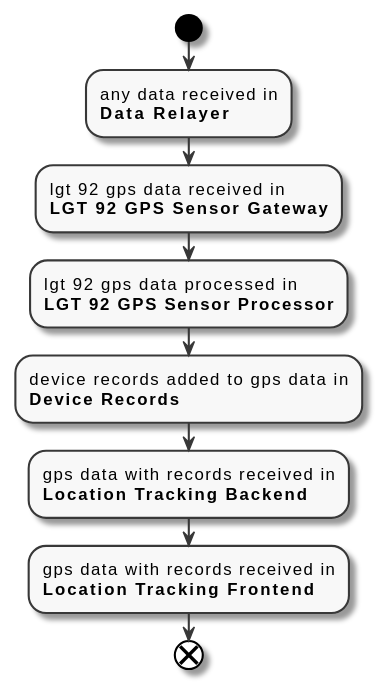
Before: docs/diagrams/data-flow.svg, a diagram exported from PlantUML (FilipeMCruz/sensae-console).
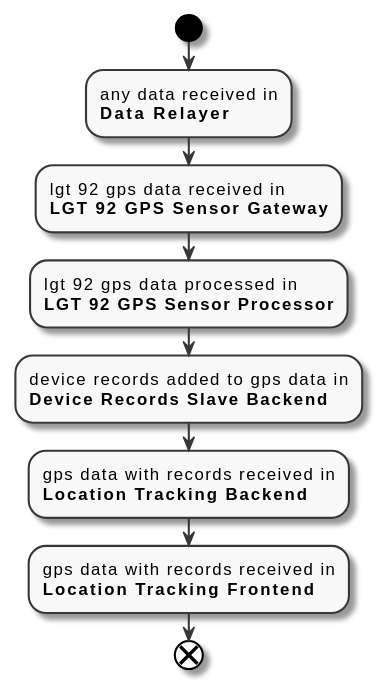
The same file after the commit.

The edit, as a diff of the source:
```diff
@@ -6,7 +6,7 @@
 :any data received in\n**Data Relayer**;
 :lgt 92 gps data received in\n**LGT 92 GPS Sensor Gateway**;
 :lgt 92 gps data processed in\n**LGT 92 GPS Sensor Processor**;
-:device records added to gps data in\n**Device Records**;
+:device records added to gps data in\n**Device Records Slave Backend**;
 :gps data with records received in\n**Location Tracking Backend**;
 :gps data with records received in\n**Location Tracking Frontend**;
 end
```
